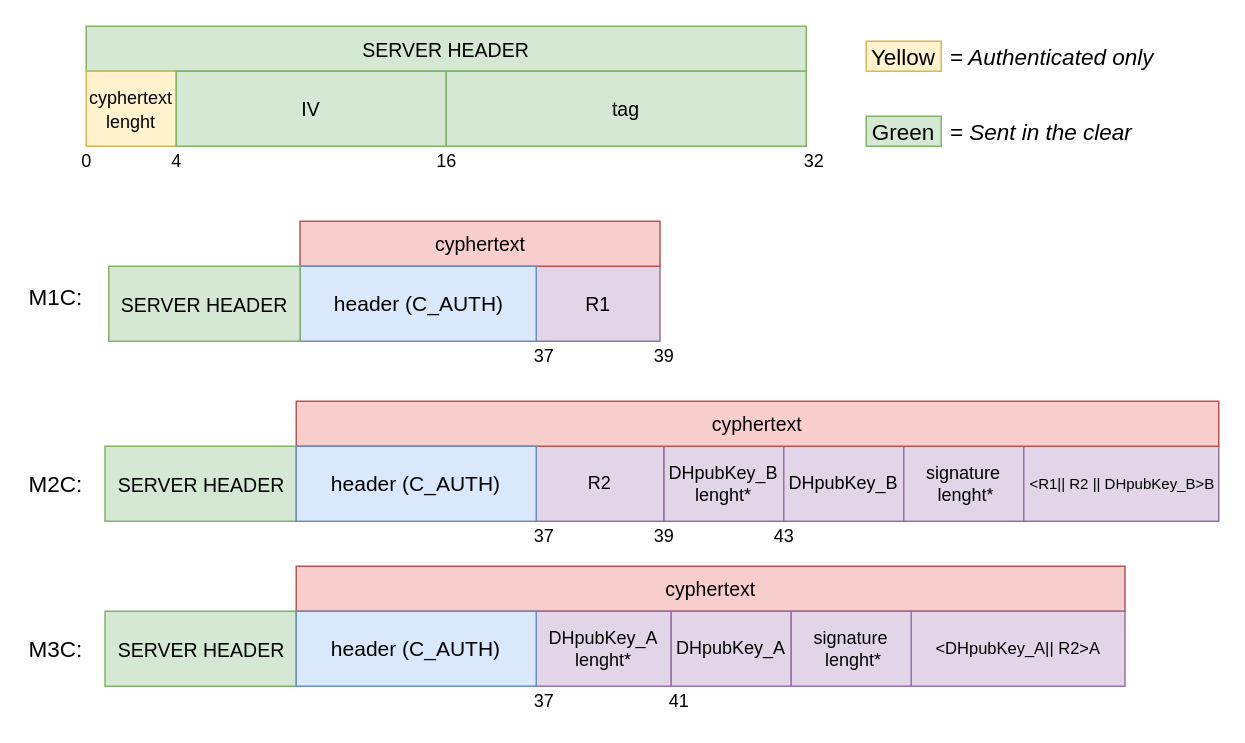
This is page "Pagina-4" (4 of 4) of schema/MsgScheme.drawio from gerti98/secureCom, a draw.io file, before an edit. Source tidied: cells renumbered, new cells numbered last; positions are measured from the earlier drawing's top-left corner, leaving out a move shared by most shapes. Both pictures are drawn from the tidied source at 150%, with x=0, y=0 at pixel (26, 26).
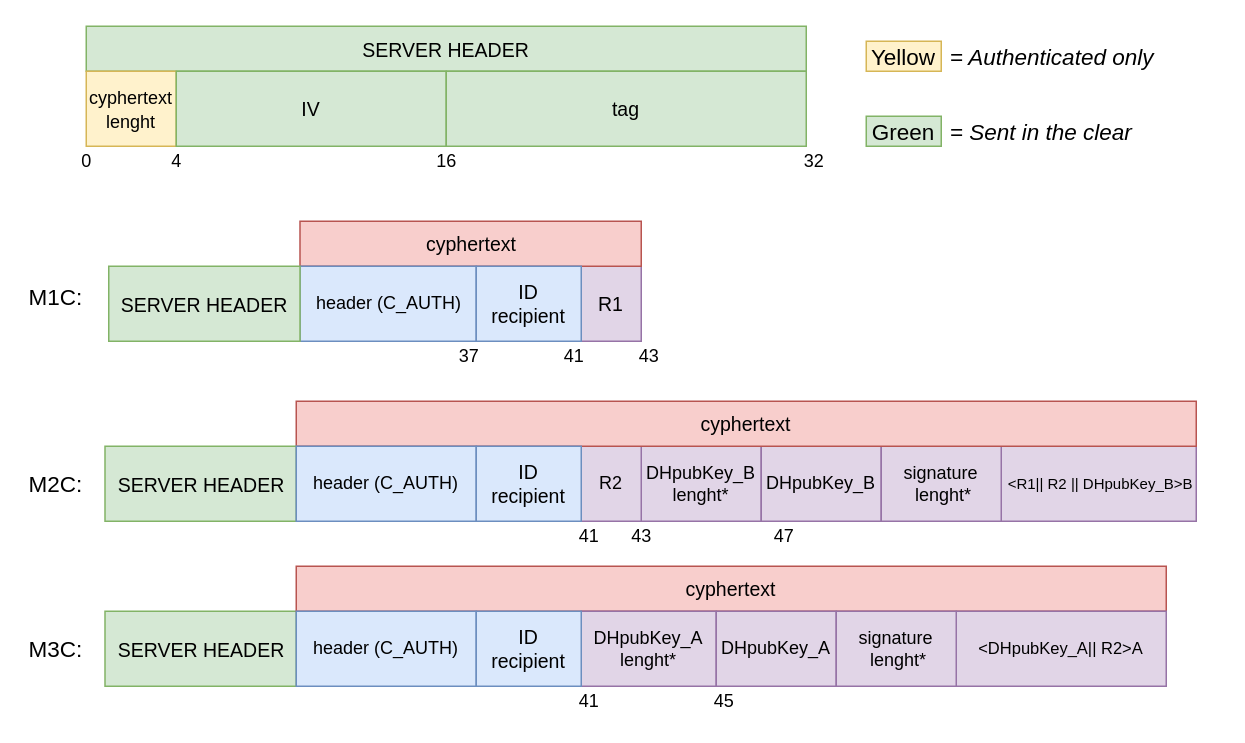
The same diagram, later.

What changed in the source:
```diff
@@
     <mxCell id="3" value="R1" style="rounded=0;whiteSpace=wrap;html=1;fontSize=13;align=center;fillColor=#e1d5e7;strokeColor=#9673a6;" parent="1" vertex="1">
-      <mxGeometry x="340" y="160" width="82.5" height="50" as="geometry" />
+      <mxGeometry x="370" y="160" width="40" height="50" as="geometry" />
     </mxCell>
     <mxCell id="4" value="DHpubKey_B lenght*" style="rounded=0;whiteSpace=wrap;html=1;fontSize=12;align=center;fillColor=#e1d5e7;strokeColor=#9673a6;" parent="1" vertex="1">
-      <mxGeometry x="425" y="280" width="80" height="50" as="geometry" />
+      <mxGeometry x="410" y="280" width="80" height="50" as="geometry" />
     </mxCell>
     <mxCell id="5" value="DHpubKey_B" style="rounded=0;whiteSpace=wrap;html=1;fontSize=12;align=center;fillColor=#e1d5e7;strokeColor=#9673a6;" parent="1" vertex="1">
-      <mxGeometry x="505" y="280" width="80" height="50" as="geometry" />
+      <mxGeometry x="490" y="280" width="80" height="50" as="geometry" />
     </mxCell>
     <mxCell id="6" value="&lt;span style=&quot;font-size: 10px&quot;&gt;&amp;nbsp;&amp;lt;R1|| R2 || DHpubKey_B&amp;gt;B&lt;/span&gt;" style="rounded=0;whiteSpace=wrap;html=1;fontSize=12;align=center;fillColor=#e1d5e7;strokeColor=#9673a6;" parent="1" vertex="1">
-      <mxGeometry x="662.5" y="280" width="132.5" height="50" as="geometry" />
+      <mxGeometry x="650" y="280" width="130" height="50" as="geometry" />
     </mxCell>
@@
     <mxCell id="8" value="R2" style="rounded=0;whiteSpace=wrap;html=1;fontSize=12;align=center;fillColor=#e1d5e7;strokeColor=#9673a6;" parent="1" vertex="1">
-      <mxGeometry x="340" y="280" width="85" height="50" as="geometry" />
+      <mxGeometry x="370" y="280" width="40" height="50" as="geometry" />
     </mxCell>
     <mxCell id="9" value="signature&lt;br style=&quot;font-size: 12px&quot;&gt;&amp;nbsp;lenght*" style="rounded=0;whiteSpace=wrap;html=1;fontSize=12;align=center;fillColor=#e1d5e7;strokeColor=#9673a6;" parent="1" vertex="1">
-      <mxGeometry x="585" y="280" width="80" height="50" as="geometry" />
+      <mxGeometry x="570" y="280" width="80" height="50" as="geometry" />
     </mxCell>
     <mxCell id="10" value="cyphertext" style="rounded=0;whiteSpace=wrap;html=1;fillColor=#f8cecc;strokeColor=#b85450;fontSize=13;" parent="1" vertex="1">
-      <mxGeometry x="182.5" y="130" width="240" height="30" as="geometry" />
+      <mxGeometry x="182.5" y="130" width="227.5" height="30" as="geometry" />
     </mxCell>
-    <mxCell id="11" value="&lt;font style=&quot;font-size: 14px&quot;&gt;header (C_AUTH)&lt;/font&gt;" style="rounded=0;whiteSpace=wrap;html=1;fillColor=#dae8fc;strokeColor=#6c8ebf;fontSize=13;" parent="1" vertex="1">
-      <mxGeometry x="182.5" y="160" width="157.5" height="50" as="geometry" />
+    <mxCell id="11" value="&lt;font style=&quot;font-size: 12px;&quot;&gt;header (C_AUTH)&lt;/font&gt;" style="rounded=0;whiteSpace=wrap;html=1;fillColor=#dae8fc;strokeColor=#6c8ebf;fontSize=12;" parent="1" vertex="1">
+      <mxGeometry x="182.5" y="160" width="117.5" height="50" as="geometry" />
     </mxCell>
     <mxCell id="12" value="cyphertext" style="rounded=0;whiteSpace=wrap;html=1;fillColor=#f8cecc;strokeColor=#b85450;fontSize=13;" parent="1" vertex="1">
-      <mxGeometry x="180" y="250" width="615" height="30" as="geometry" />
+      <mxGeometry x="180" y="250" width="600" height="30" as="geometry" />
     </mxCell>
@@
     <mxCell id="16" value="cyphertext" style="rounded=0;whiteSpace=wrap;html=1;fillColor=#f8cecc;strokeColor=#b85450;fontSize=13;" parent="1" vertex="1">
-      <mxGeometry x="180" y="360" width="552.5" height="30" as="geometry" />
+      <mxGeometry x="180" y="360" width="580" height="30" as="geometry" />
     </mxCell>
     <mxCell id="17" value="DHpubKey_A lenght*" style="rounded=0;whiteSpace=wrap;html=1;fontSize=12;align=center;fillColor=#e1d5e7;strokeColor=#9673a6;" parent="1" vertex="1">
-      <mxGeometry x="340" y="390" width="90" height="50" as="geometry" />
+      <mxGeometry x="370" y="390" width="90" height="50" as="geometry" />
     </mxCell>
     <mxCell id="18" value="DHpubKey_A" style="rounded=0;whiteSpace=wrap;html=1;fontSize=12;align=center;fillColor=#e1d5e7;strokeColor=#9673a6;" parent="1" vertex="1">
-      <mxGeometry x="430" y="390" width="80" height="50" as="geometry" />
+      <mxGeometry x="460" y="390" width="80" height="50" as="geometry" />
     </mxCell>
     <mxCell id="19" value="&lt;font style=&quot;font-size: 11px&quot;&gt;&amp;lt;DHpubKey_A|| R2&amp;gt;A&lt;/font&gt;" style="rounded=0;whiteSpace=wrap;html=1;fontSize=12;align=center;fillColor=#e1d5e7;strokeColor=#9673a6;" parent="1" vertex="1">
-      <mxGeometry x="590" y="390" width="142.5" height="50" as="geometry" />
+      <mxGeometry x="620" y="390" width="140" height="50" as="geometry" />
     </mxCell>
     <mxCell id="20" value="signature&lt;br style=&quot;font-size: 12px&quot;&gt;&amp;nbsp;lenght*" style="rounded=0;whiteSpace=wrap;html=1;fontSize=12;align=center;fillColor=#e1d5e7;strokeColor=#9673a6;" parent="1" vertex="1">
-      <mxGeometry x="510" y="390" width="80" height="50" as="geometry" />
+      <mxGeometry x="540" y="390" width="80" height="50" as="geometry" />
     </mxCell>
@@
     <mxCell id="34" value="37" style="text;html=1;align=center;verticalAlign=middle;" parent="1" vertex="1">
-      <mxGeometry x="330" y="210" width="30" height="20" as="geometry" />
+      <mxGeometry x="280" y="210" width="30" height="20" as="geometry" />
     </mxCell>
-    <mxCell id="35" value="39" style="text;html=1;align=center;verticalAlign=middle;" parent="1" vertex="1">
-      <mxGeometry x="410" y="210" width="30" height="20" as="geometry" />
+    <mxCell id="35" value="41" style="text;html=1;align=center;verticalAlign=middle;" parent="1" vertex="1">
+      <mxGeometry x="350" y="210" width="30" height="20" as="geometry" />
     </mxCell>
-    <mxCell id="36" value="39" style="text;html=1;align=center;verticalAlign=middle;" parent="1" vertex="1">
-      <mxGeometry x="410" y="330" width="30" height="20" as="geometry" />
-    </mxCell>
-    <mxCell id="37" value="43" style="text;html=1;align=center;verticalAlign=middle;" parent="1" vertex="1">
+    <mxCell id="37" value="47" style="text;html=1;align=center;verticalAlign=middle;" parent="1" vertex="1">
       <mxGeometry x="490" y="330" width="30" height="20" as="geometry" />
     </mxCell>
-    <mxCell id="38" value="37" style="text;html=1;align=center;verticalAlign=middle;" parent="1" vertex="1">
-      <mxGeometry x="330" y="440" width="30" height="20" as="geometry" />
-    </mxCell>
-    <mxCell id="39" value="41" style="text;html=1;align=center;verticalAlign=middle;" parent="1" vertex="1">
-      <mxGeometry x="420" y="440" width="30" height="20" as="geometry" />
+    <mxCell id="39" value="45" style="text;html=1;align=center;verticalAlign=middle;" parent="1" vertex="1">
+      <mxGeometry x="450" y="440" width="30" height="20" as="geometry" />
     </mxCell>
-    <mxCell id="40" value="&lt;font style=&quot;font-size: 14px&quot;&gt;header (C_AUTH)&lt;/font&gt;" style="rounded=0;whiteSpace=wrap;html=1;fillColor=#dae8fc;strokeColor=#6c8ebf;fontSize=13;" parent="1" vertex="1">
-      <mxGeometry x="180" y="280" width="160" height="50" as="geometry" />
+    <mxCell id="40" value="&lt;font style=&quot;font-size: 12px;&quot;&gt;header (C_AUTH)&lt;/font&gt;" style="rounded=0;whiteSpace=wrap;html=1;fillColor=#dae8fc;strokeColor=#6c8ebf;fontSize=12;" parent="1" vertex="1">
+      <mxGeometry x="180" y="280" width="120" height="50" as="geometry" />
     </mxCell>
-    <mxCell id="41" value="37" style="text;html=1;align=center;verticalAlign=middle;" parent="1" vertex="1">
-      <mxGeometry x="330" y="330" width="30" height="20" as="geometry" />
-    </mxCell>
+    <mxCell id="43" value="ID &lt;br&gt;recipient" style="rounded=0;whiteSpace=wrap;html=1;fontSize=13;align=center;fillColor=#dae8fc;strokeColor=#6c8ebf;" parent="1" vertex="1">
+      <mxGeometry x="300" y="160" width="70" height="50" as="geometry" />
+    </mxCell>
+    <mxCell id="44" value="43" style="text;html=1;align=center;verticalAlign=middle;" parent="1" vertex="1">
+      <mxGeometry x="400" y="210" width="30" height="20" as="geometry" />
+    </mxCell>
+    <mxCell id="45" value="ID&lt;br&gt;recipient" style="rounded=0;whiteSpace=wrap;html=1;fontSize=13;align=center;fillColor=#dae8fc;strokeColor=#6c8ebf;" parent="1" vertex="1">
+      <mxGeometry x="300" y="280" width="70" height="50" as="geometry" />
+    </mxCell>
+    <mxCell id="46" value="41" style="text;html=1;align=center;verticalAlign=middle;" parent="1" vertex="1">
+      <mxGeometry x="360" y="330" width="30" height="20" as="geometry" />
+    </mxCell>
+    <mxCell id="47" value="43" style="text;html=1;align=center;verticalAlign=middle;" parent="1" vertex="1">
+      <mxGeometry x="395" y="330" width="30" height="20" as="geometry" />
+    </mxCell>
-    <mxCell id="42" value="&lt;font style=&quot;font-size: 14px&quot;&gt;header (C_AUTH)&lt;/font&gt;" style="rounded=0;whiteSpace=wrap;html=1;fillColor=#dae8fc;strokeColor=#6c8ebf;fontSize=13;" parent="1" vertex="1">
-      <mxGeometry x="180" y="390" width="160" height="50" as="geometry" />
+    <mxCell id="42" value="&lt;font style=&quot;font-size: 12px;&quot;&gt;header (C_AUTH)&lt;/font&gt;" style="rounded=0;whiteSpace=wrap;html=1;fillColor=#dae8fc;strokeColor=#6c8ebf;fontSize=12;" parent="1" vertex="1">
+      <mxGeometry x="180" y="390" width="120" height="50" as="geometry" />
     </mxCell>
+    <mxCell id="48" value="ID&lt;br&gt;recipient" style="rounded=0;whiteSpace=wrap;html=1;fontSize=13;align=center;fillColor=#dae8fc;strokeColor=#6c8ebf;" parent="1" vertex="1">
+      <mxGeometry x="300" y="390" width="70" height="50" as="geometry" />
+    </mxCell>
+    <mxCell id="49" value="41" style="text;html=1;align=center;verticalAlign=middle;" parent="1" vertex="1">
+      <mxGeometry x="360" y="440" width="30" height="20" as="geometry" />
+    </mxCell>
```
